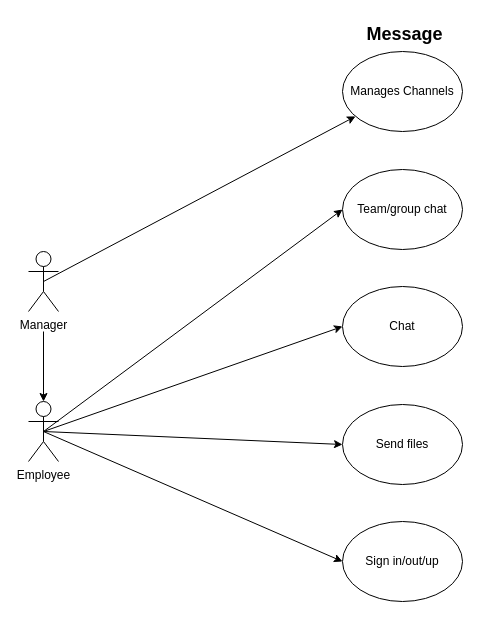
The draw.io diagram Biểu đồ không có tiêu đề.drawio in latienhien/Theme-HTML-Web, before the edit. Source tidied: cells renumbered, new cells numbered last; positions are measured from the earlier drawing's top-left corner, leaving out a move shared by most shapes. Both pictures are drawn from the tidied source at 100%, with x=0, y=0 at pixel (28, 17).
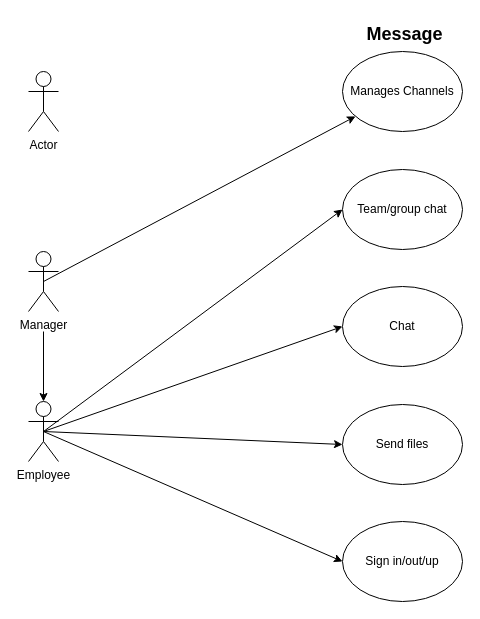
After the change.

Commit message:
Cập nhật Biểu đồ không có tiêu đề.drawio

What changed in the source:
```diff
@@
 <mxGraphModel>
   <root>
     <mxCell id="0" />
     <mxCell id="1" parent="0" />
     <mxCell id="2" value="Manager" style="shape=umlActor;verticalLabelPosition=bottom;verticalAlign=top;html=1;outlineConnect=0;" parent="1" vertex="1">
       <mxGeometry y="234" width="30" height="60" as="geometry" />
     </mxCell>
     <mxCell id="3" value="Chat" style="ellipse;whiteSpace=wrap;html=1;" parent="1" vertex="1">
       <mxGeometry x="314" y="269" width="120" height="80" as="geometry" />
     </mxCell>
     <mxCell id="4" value="&lt;div&gt;Team/group chat&lt;/div&gt;" style="ellipse;whiteSpace=wrap;html=1;" parent="1" vertex="1">
       <mxGeometry x="314" y="152" width="120" height="80" as="geometry" />
     </mxCell>
     <mxCell id="5" value="Send files" style="ellipse;whiteSpace=wrap;html=1;" parent="1" vertex="1">
       <mxGeometry x="314" y="387" width="120" height="80" as="geometry" />
     </mxCell>
     <mxCell id="6" value="Sign in/out/up" style="ellipse;whiteSpace=wrap;html=1;" parent="1" vertex="1">
       <mxGeometry x="314" y="504" width="120" height="80" as="geometry" />
     </mxCell>
     <mxCell id="7" value="Manages Channels" style="ellipse;whiteSpace=wrap;html=1;" parent="1" vertex="1">
       <mxGeometry x="314" y="34" width="120" height="80" as="geometry" />
     </mxCell>
     <mxCell id="8" style="endArrow=classic;html=1;rounded=0;exitX=0.5;exitY=0.5;exitDx=0;exitDy=0;exitPerimeter=0;" parent="1" edge="1" source="2" target="7">
       <mxGeometry relative="1" as="geometry" />
     </mxCell>
     <mxCell id="9" value="Employee" style="shape=umlActor;verticalLabelPosition=bottom;verticalAlign=top;html=1;outlineConnect=0;" parent="1" vertex="1">
       <mxGeometry y="384" width="30" height="60" as="geometry" />
     </mxCell>
     <mxCell id="10" style="endArrow=classic;html=1;rounded=0;" parent="1" edge="1">
       <mxGeometry relative="1" as="geometry">
         <mxPoint x="15" y="314" as="sourcePoint" />
         <mxPoint x="15" y="384" as="targetPoint" />
       </mxGeometry>
     </mxCell>
     <mxCell id="11" style="endArrow=classic;html=1;rounded=0;exitX=0.5;exitY=0.5;exitDx=0;exitDy=0;exitPerimeter=0;entryX=0;entryY=0.5;entryDx=0;entryDy=0;" parent="1" edge="1" source="9" target="4">
       <mxGeometry relative="1" as="geometry" />
     </mxCell>
     <mxCell id="12" style="endArrow=classic;html=1;rounded=0;exitX=0.5;exitY=0.5;exitDx=0;exitDy=0;exitPerimeter=0;entryX=0;entryY=0.5;entryDx=0;entryDy=0;" parent="1" edge="1" source="9" target="3">
       <mxGeometry relative="1" as="geometry" />
     </mxCell>
     <mxCell id="13" style="endArrow=classic;html=1;rounded=0;exitX=0.5;exitY=0.5;exitDx=0;exitDy=0;exitPerimeter=0;entryX=0;entryY=0.5;entryDx=0;entryDy=0;" parent="1" edge="1" source="9" target="5">
       <mxGeometry relative="1" as="geometry" />
     </mxCell>
     <mxCell id="14" style="endArrow=classic;html=1;rounded=0;exitX=0.5;exitY=0.5;exitDx=0;exitDy=0;exitPerimeter=0;entryX=0;entryY=0.5;entryDx=0;entryDy=0;" parent="1" edge="1" source="9" target="6">
       <mxGeometry relative="1" as="geometry" />
     </mxCell>
     <mxCell id="15" value="&lt;b&gt;&lt;font style=&quot;font-size: 18px;&quot;&gt;Message&lt;/font&gt;&lt;/b&gt;" style="text;html=1;align=center;verticalAlign=middle;strokeColor=none;fillColor=none;" parent="1" vertex="1">
       <mxGeometry x="329" width="94" height="34" as="geometry" />
     </mxCell>
+    <mxCell id="16" value="Actor" style="shape=umlActor;verticalLabelPosition=bottom;verticalAlign=top;html=1;" parent="1" vertex="1">
+      <mxGeometry y="54" width="30" height="60" as="geometry" />
+    </mxCell>
   </root>
 </mxGraphModel>
```
